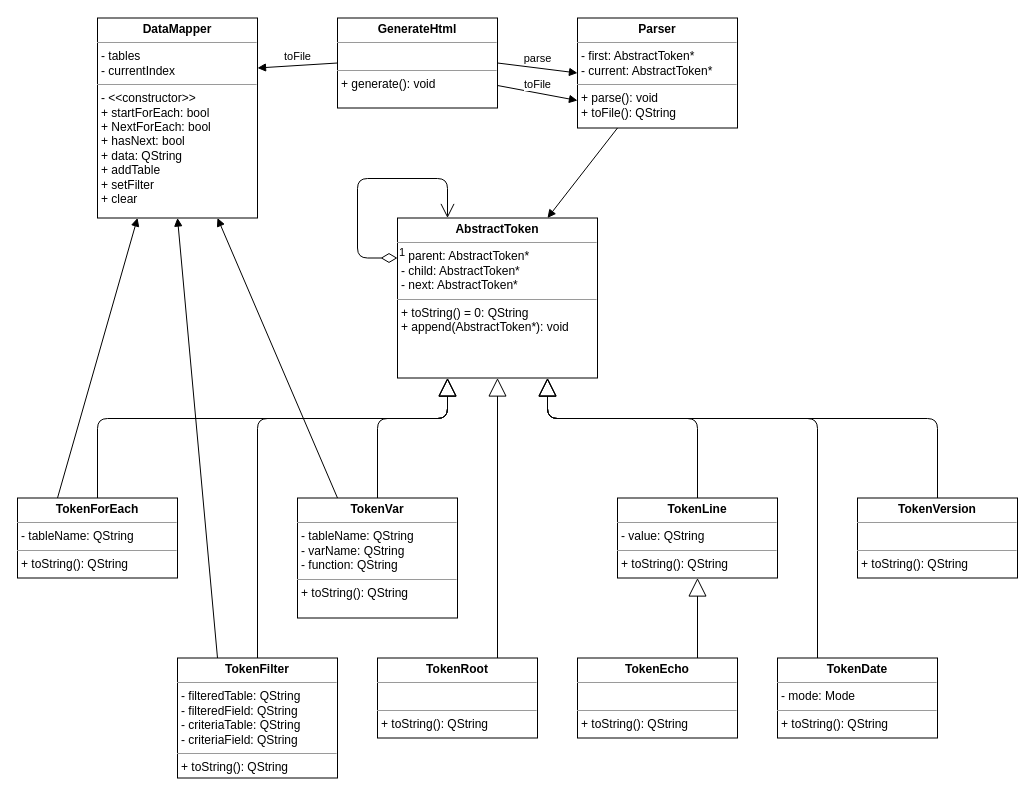
Before: page "genHtml" (6 of 6) of toolsDB.drawio in behej/toolsDB, a draw.io diagram. Source tidied: cells renumbered, new cells numbered last; positions are measured from the earlier drawing's top-left corner, leaving out a move shared by most shapes. Both pictures are drawn from the tidied source at 100%, with x=0, y=0 at pixel (17, 18).
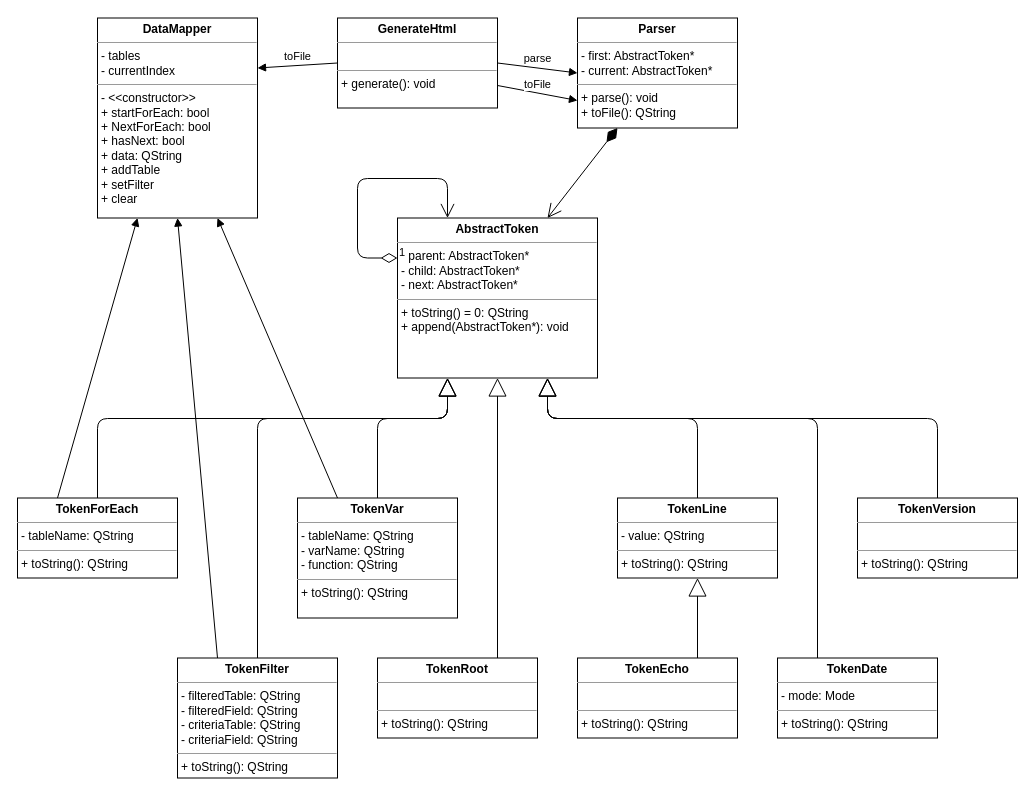
After the change.

Commit message:
fix interaction between Parser and AbstractToken

The change refers to these unchanged cells:
```xml
<mxCell id="3" value="&lt;p style=&quot;margin: 0px ; margin-top: 4px ; text-align: center&quot;&gt;&lt;b&gt;Parser&lt;/b&gt;&lt;/p&gt;&lt;hr size=&quot;1&quot;&gt;&lt;p style=&quot;margin: 0px ; margin-left: 4px&quot;&gt;- first: AbstractToken*&lt;/p&gt;&lt;p style=&quot;margin: 0px ; margin-left: 4px&quot;&gt;- current: AbstractToken*&lt;/p&gt;&lt;hr size=&quot;1&quot;&gt;&lt;p style=&quot;margin: 0px ; margin-left: 4px&quot;&gt;+ parse(): void&lt;/p&gt;&lt;p style=&quot;margin: 0px ; margin-left: 4px&quot;&gt;+ toFile(): QString&lt;/p&gt;" style="verticalAlign=top;align=left;overflow=fill;fontSize=12;fontFamily=Helvetica;html=1;" parent="1" vertex="1">
  <mxGeometry x="560" y="-0.5" width="160" height="110" as="geometry" />
</mxCell>
<mxCell id="4" value="&lt;p style=&quot;margin: 0px ; margin-top: 4px ; text-align: center&quot;&gt;&lt;b&gt;AbstractToken&lt;/b&gt;&lt;/p&gt;&lt;hr size=&quot;1&quot;&gt;&lt;p style=&quot;margin: 0px ; margin-left: 4px&quot;&gt;- parent: AbstractToken*&lt;/p&gt;&lt;p style=&quot;margin: 0px ; margin-left: 4px&quot;&gt;- child: AbstractToken*&lt;/p&gt;&lt;p style=&quot;margin: 0px ; margin-left: 4px&quot;&gt;- next: AbstractToken*&lt;/p&gt;&lt;hr size=&quot;1&quot;&gt;&lt;p style=&quot;margin: 0px ; margin-left: 4px&quot;&gt;+ toString() = 0: QString&lt;/p&gt;&lt;p style=&quot;margin: 0px ; margin-left: 4px&quot;&gt;+ append(AbstractToken*): void&lt;/p&gt;" style="verticalAlign=top;align=left;overflow=fill;fontSize=12;fontFamily=Helvetica;html=1;" parent="1" vertex="1">
  <mxGeometry x="380" y="199.5" width="200" height="160" as="geometry" />
</mxCell>
```

Change to the diagram source:
```diff
@@
-    <mxCell id="25" style="html=1;verticalAlign=bottom;endArrow=block;entryX=0.75;entryY=0;entryDx=0;entryDy=0;exitX=0.25;exitY=1;exitDx=0;exitDy=0;" parent="1" edge="1" source="3" target="4">
+    <mxCell id="25" style="html=1;verticalAlign=bottom;endArrow=open;entryX=0.75;entryY=0;entryDx=0;entryDy=0;exitX=0.25;exitY=1;exitDx=0;exitDy=0;startArrow=diamondThin;startFill=1;endSize=12;startSize=15;endFill=0;" parent="1" edge="1" source="3" target="4">
       <mxGeometry relative="1" as="geometry" />
     </mxCell>
```
